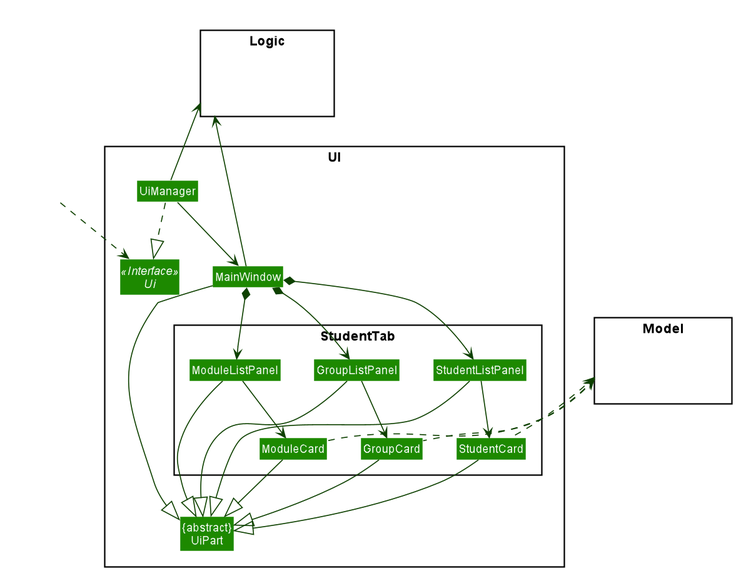
nus-cs2103-AY1920S2/addressbook-level3 keeps this PlantUML diagram as docs/images/StudentTabClassDiagram.png. Above is the earlier version. The source it was exported from:
```plantuml
@startuml








skinparam BackgroundColor #FFFFFFF

skinparam Shadowing false

skinparam Class {
    FontColor #FFFFFF
    BorderThickness 1
    BorderColor #FFFFFF
    StereotypeFontColor #FFFFFF
    FontName Arial
}

skinparam Actor {
    BorderColor #000000
    Color #000000
    FontName Arial
}

skinparam Sequence {
    MessageAlign center
    BoxFontSize 15
    BoxPadding 0
    BoxFontColor #FFFFFF
    FontName Arial
}

skinparam Participant {
    FontColor #FFFFFFF
    Padding 20
}

skinparam MinClassWidth 50
skinparam ParticipantPadding 10
skinparam Shadowing false
skinparam DefaultTextAlignment center
skinparam packageStyle Rectangle

hide footbox
hide members
hide circle
skinparam arrowThickness 1.1
skinparam arrowColor #0E4100
skinparam classBackgroundColor #1D8900

package UI <<Rectangle>>{
Interface Ui <<Interface>>
Class "{abstract}\nUiPart" as UiPart
Class UiManager
Class MainWindow
package StudentTab{
Class StudentListPanel
Class StudentCard
Class ModuleListPanel
Class ModuleCard
Class GroupListPanel
Class GroupCard
}
}

package Model <<Rectangle>> {
Class HiddenModel #FFFFFF
}

package Logic <<Rectangle>> {
Class HiddenLogic #FFFFFF
}

Class HiddenOutside #FFFFFF
HiddenOutside ..> Ui

UiManager ..|> Ui
UiManager --> MainWindow
MainWindow *--> StudentListPanel
MainWindow *--> ModuleListPanel
MainWindow *--> GroupListPanel

StudentListPanel --> StudentCard
ModuleListPanel --> ModuleCard
GroupListPanel --> GroupCard

MainWindow -down-|> UiPart

StudentListPanel -down-|> UiPart
StudentCard -down-|> UiPart
ModuleListPanel -down-|> UiPart
ModuleCard -down-|> UiPart
GroupListPanel -down-|> UiPart
GroupCard -down-|> UiPart

StudentCard .up.> Model
ModuleCard .up.> Model
GroupCard .up.> Model
UiManager -up-> Logic
MainWindow -up-> Logic

MainWindow -[hidden]-|> UiPart
@enduml
```
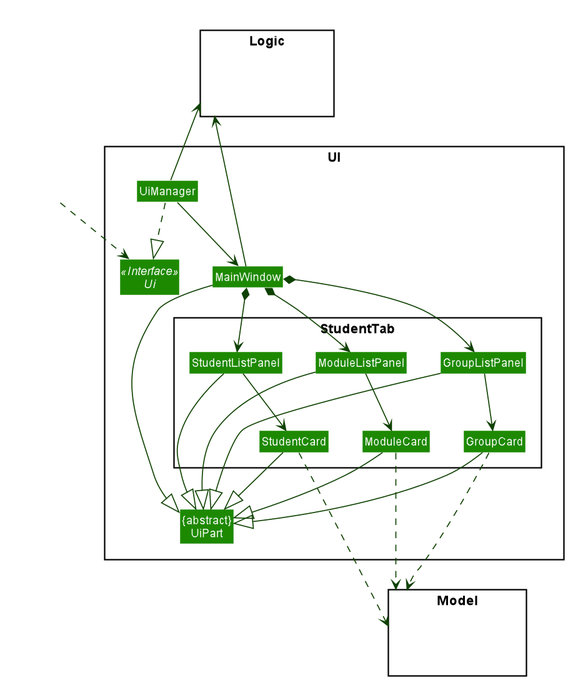
After the commit.

Commit message:
Update student tab class diagram

What changed in the source:
```diff
@@ -96,9 +96,9 @@
 GroupListPanel -down-|> UiPart
 GroupCard -down-|> UiPart
 
-StudentCard .up.> Model
-ModuleCard .up.> Model
-GroupCard .up.> Model
+StudentCard .down.> Model
+ModuleCard .down.> Model
+GroupCard .down..> Model
 UiManager -up-> Logic
 MainWindow -up-> Logic
 
```
